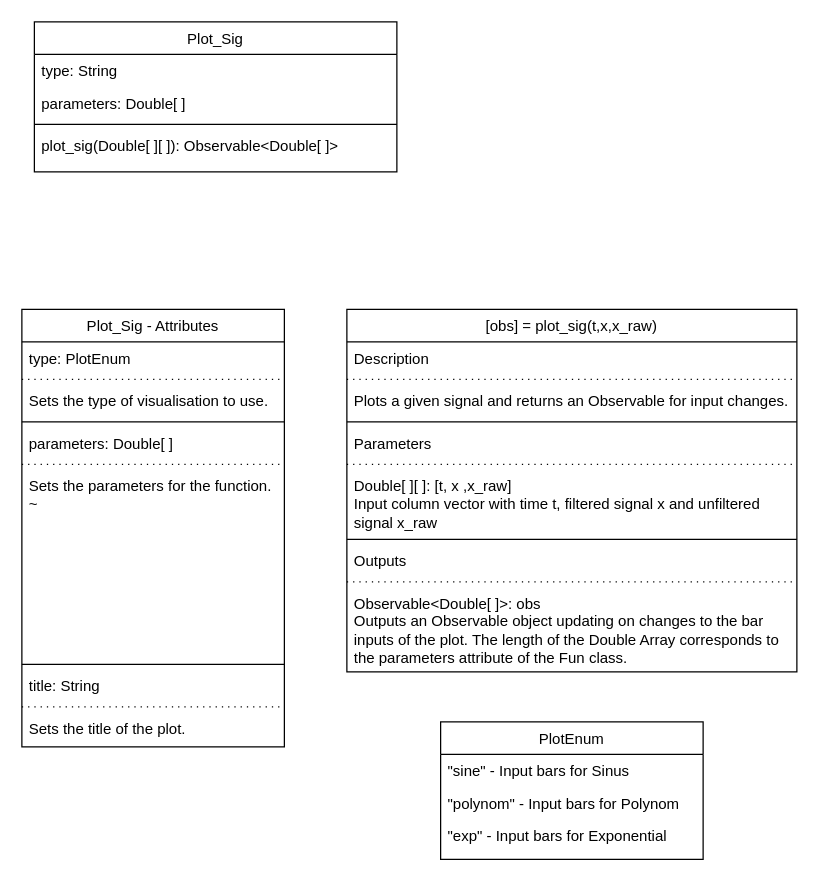
The draw.io diagram page "Plot_Sig" (5 of 7) of overview.drawio in TGSP1997/OS-RST, before the edit. Source tidied: cells renumbered, new cells numbered last; positions are measured from the earlier drawing's top-left corner, leaving out a move shared by most shapes. Both pictures are drawn from the tidied source at 125%, with x=0, y=0 at pixel (21, 21).
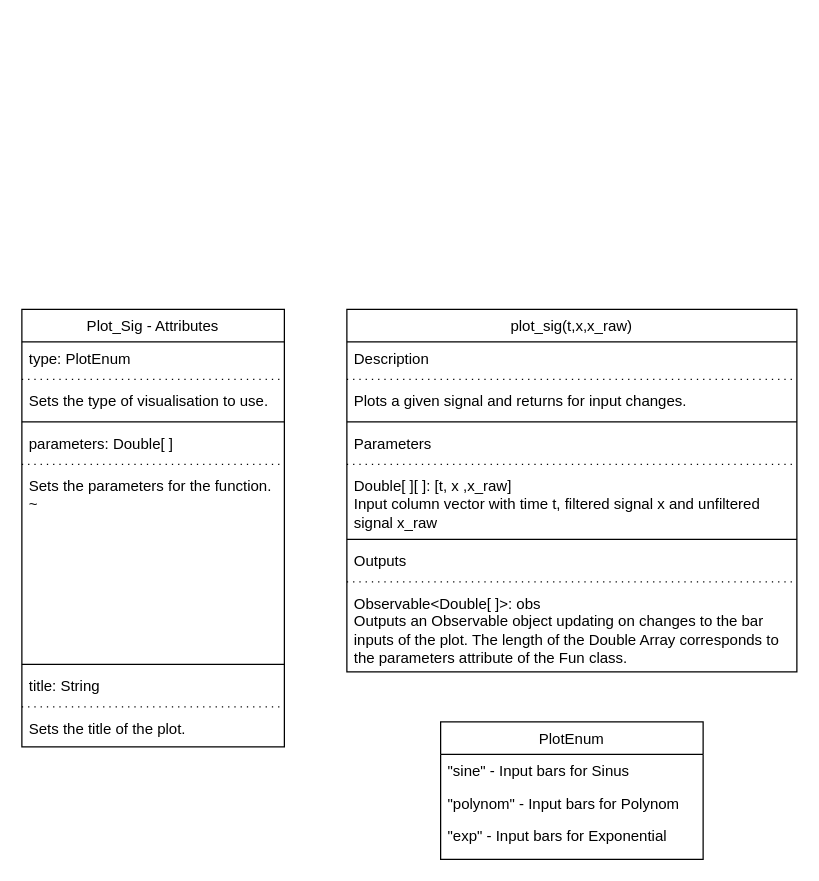
After the change.

The edit, as a diff of the source:
```diff
@@
-    <mxCell id="2" value="Plot_Sig" style="swimlane;fontStyle=0;align=center;verticalAlign=top;horizontal=1;startSize=26;rounded=0;shadow=0;strokeWidth=1;" parent="1" vertex="1">
-      <mxGeometry x="10" width="290" height="120" as="geometry" />
-    </mxCell>
-    <mxCell id="3" value="type: String" style="text;align=left;verticalAlign=top;spacingLeft=4;spacingRight=4;overflow=hidden;" parent="2" vertex="1">
-      <mxGeometry y="26" width="290" height="26" as="geometry" />
-    </mxCell>
-    <mxCell id="4" value="parameters: Double[ ]" style="text;align=left;verticalAlign=top;spacingLeft=4;spacingRight=4;overflow=hidden;rounded=0;shadow=0;html=0;" parent="2" vertex="1">
-      <mxGeometry y="52" width="290" height="26" as="geometry" />
-    </mxCell>
-    <mxCell id="5" style="line;html=1;strokeWidth=1;align=left;verticalAlign=middle;spacingTop=-1;spacingLeft=3;spacingRight=3;labelPosition=right;" parent="2" vertex="1">
-      <mxGeometry y="78" width="290" height="8" as="geometry" />
-    </mxCell>
-    <mxCell id="6" value="plot_sig(Double[ ][ ]): Observable&lt;Double[ ]&gt;" style="text;align=left;verticalAlign=top;spacingLeft=4;spacingRight=4;overflow=hidden;" parent="2" vertex="1">
-      <mxGeometry y="86" width="290" height="26" as="geometry" />
-    </mxCell>
@@
-    <mxCell id="23" value="[obs] = plot_sig(t,x,x_raw)" style="swimlane;fontStyle=0;align=center;verticalAlign=top;horizontal=1;startSize=26;rounded=0;shadow=0;strokeWidth=1;" parent="1" vertex="1">
+    <mxCell id="23" value="plot_sig(t,x,x_raw)" style="swimlane;fontStyle=0;align=center;verticalAlign=top;horizontal=1;startSize=26;rounded=0;shadow=0;strokeWidth=1;" parent="1" vertex="1">
       <mxGeometry x="260" y="230" width="360" height="290" as="geometry" />
     </mxCell>
@@
-    <mxCell id="26" value="Plots a given signal and returns an Observable for input changes." style="text;align=left;verticalAlign=top;spacingLeft=4;spacingRight=4;overflow=hidden;rounded=0;shadow=0;html=0;" parent="23" vertex="1">
+    <mxCell id="26" value="Plots a given signal and returns for input changes." style="text;align=left;verticalAlign=top;spacingLeft=4;spacingRight=4;overflow=hidden;rounded=0;shadow=0;html=0;" parent="23" vertex="1">
       <mxGeometry y="60" width="360" height="26" as="geometry" />
     </mxCell>
```
